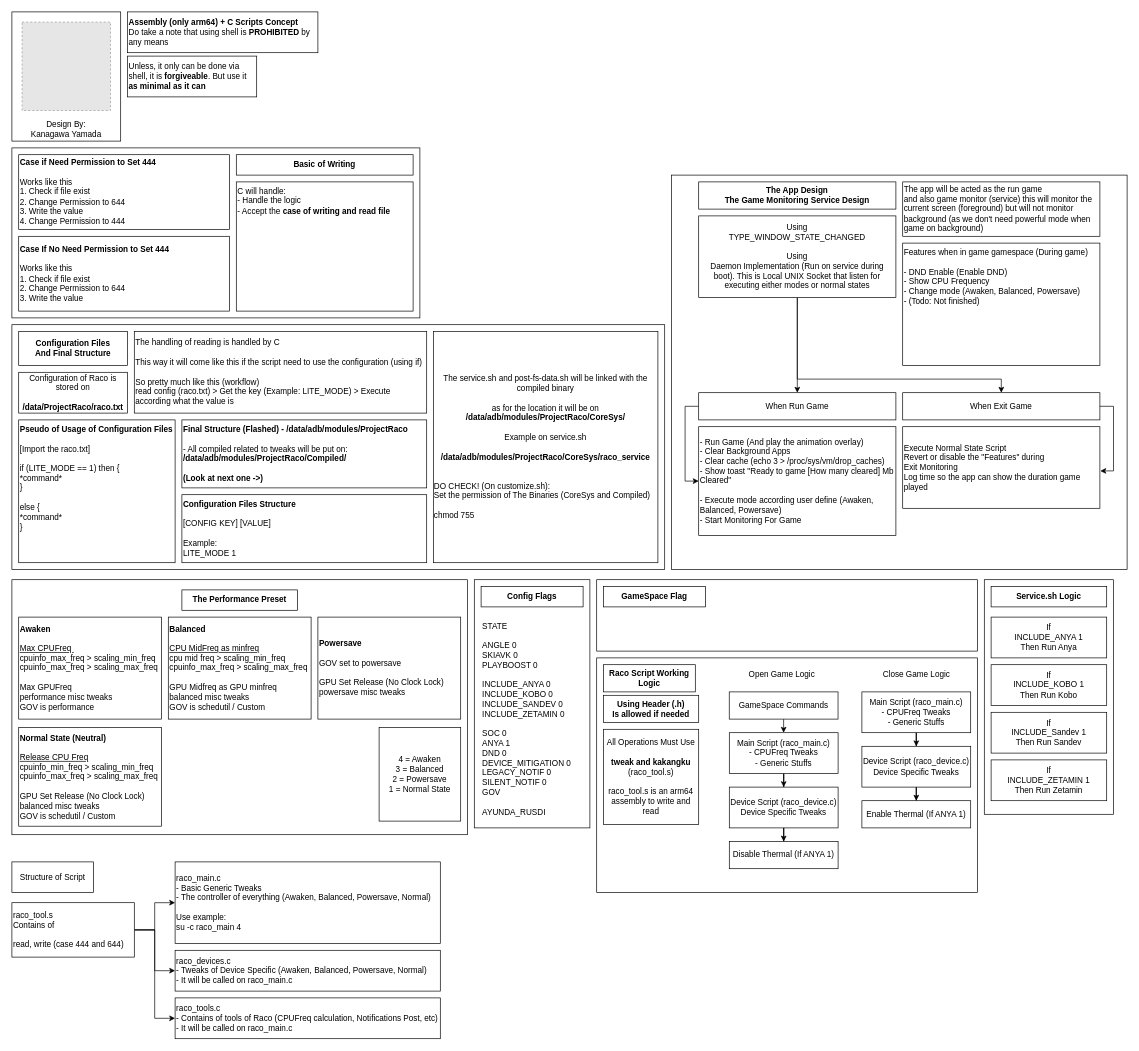
Earlier version of the draw.io diagram Designs/Structure of Project Raco.drawio (LoggingNewMemory/Project-Raco). Source tidied: cells renumbered, new cells numbered last; positions are measured from the earlier drawing's top-left corner, leaving out a move shared by most shapes. Both pictures are drawn from the tidied source at 68%, with x=0, y=0 at pixel (12, 12). Pictures stored in the file or linked from it are replaced by grey dashed boxes.
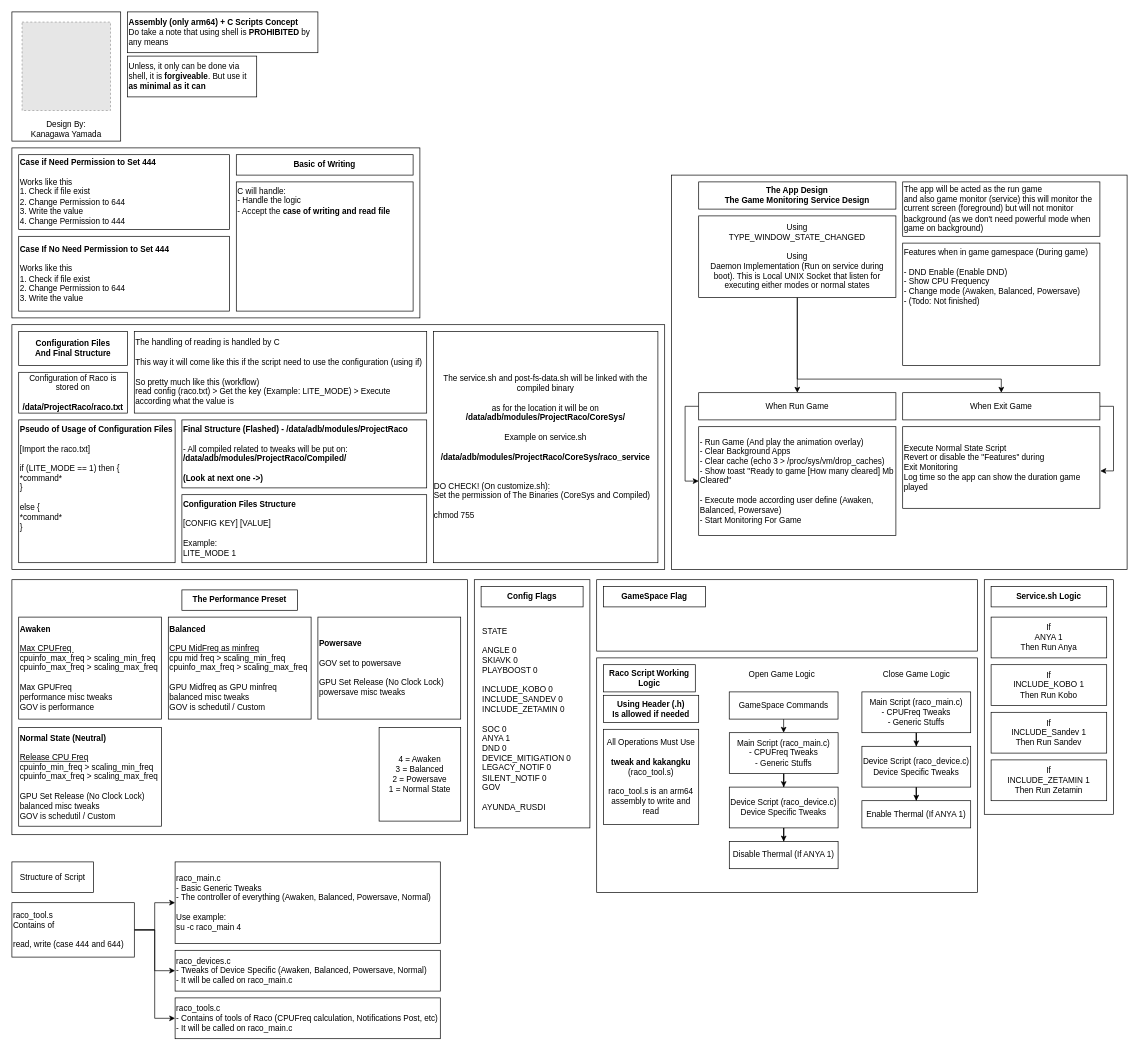
The same diagram, later.

Commit message (it also covers changes not shown here):
Remove INCLUDE_ANYA, flowstate now only need ANYA 1

Change to the diagram source:
```diff
@@
-    <mxCell id="41" value="&lt;div&gt;STATE&amp;nbsp;&lt;/div&gt;&lt;div&gt;&lt;br&gt;&lt;/div&gt;&lt;div&gt;ANGLE 0&lt;/div&gt;&lt;div&gt;SKIAVK 0&lt;/div&gt;&lt;div&gt;PLAYBOOST 0&lt;/div&gt;&lt;div&gt;&lt;br&gt;&lt;/div&gt;&lt;div&gt;INCLUDE_ANYA 0&lt;/div&gt;&lt;div&gt;INCLUDE_KOBO 0&lt;/div&gt;&lt;div&gt;INCLUDE_SANDEV 0&lt;/div&gt;&lt;div&gt;INCLUDE_ZETAMIN 0&lt;/div&gt;&lt;div&gt;&lt;br&gt;&lt;/div&gt;&lt;div&gt;SOC 0&lt;/div&gt;&lt;div&gt;ANYA 1&lt;/div&gt;&lt;div&gt;DND 0&lt;/div&gt;&lt;div&gt;DEVICE_MITIGATION 0&lt;/div&gt;&lt;div&gt;LEGACY_NOTIF 0&lt;/div&gt;&lt;div&gt;SILENT_NOTIF 0&lt;/div&gt;&lt;div&gt;GOV&lt;/div&gt;&lt;div&gt;&lt;br&gt;&lt;/div&gt;&lt;div&gt;AYUNDA_RUSDI&lt;/div&gt;" style="text;html=1;whiteSpace=wrap;strokeColor=none;fillColor=none;align=left;verticalAlign=middle;rounded=0;" parent="1" vertex="1">
+    <mxCell id="41" value="&lt;div&gt;STATE&amp;nbsp;&lt;/div&gt;&lt;div&gt;&lt;br&gt;&lt;/div&gt;&lt;div&gt;ANGLE 0&lt;/div&gt;&lt;div&gt;SKIAVK 0&lt;/div&gt;&lt;div&gt;PLAYBOOST 0&lt;/div&gt;&lt;div&gt;&lt;br&gt;&lt;/div&gt;&lt;div&gt;INCLUDE_KOBO 0&lt;/div&gt;&lt;div&gt;INCLUDE_SANDEV 0&lt;/div&gt;&lt;div&gt;INCLUDE_ZETAMIN 0&lt;/div&gt;&lt;div&gt;&lt;br&gt;&lt;/div&gt;&lt;div&gt;SOC 0&lt;/div&gt;&lt;div&gt;ANYA 1&lt;/div&gt;&lt;div&gt;DND 0&lt;/div&gt;&lt;div&gt;DEVICE_MITIGATION 0&lt;/div&gt;&lt;div&gt;LEGACY_NOTIF 0&lt;/div&gt;&lt;div&gt;SILENT_NOTIF 0&lt;/div&gt;&lt;div&gt;GOV&lt;/div&gt;&lt;div&gt;&lt;br&gt;&lt;/div&gt;&lt;div&gt;AYUNDA_RUSDI&lt;/div&gt;" style="text;html=1;whiteSpace=wrap;strokeColor=none;fillColor=none;align=left;verticalAlign=middle;rounded=0;" parent="1" vertex="1">
       <mxGeometry x="690" y="890" width="150" height="300" as="geometry" />
     </mxCell>
@@
-    <mxCell id="62" value="&lt;div style=&quot;&quot;&gt;If&lt;/div&gt;&lt;div style=&quot;&quot;&gt;&lt;div&gt;INCLUDE_ANYA 1&lt;/div&gt;&lt;div&gt;Then Run Anya&lt;/div&gt;&lt;/div&gt;" style="rounded=0;whiteSpace=wrap;html=1;align=center;" parent="1" vertex="1">
+    <mxCell id="62" value="&lt;div style=&quot;&quot;&gt;If&lt;/div&gt;&lt;div style=&quot;&quot;&gt;&lt;div&gt;ANYA 1&lt;/div&gt;&lt;div&gt;Then Run Anya&lt;/div&gt;&lt;/div&gt;" style="rounded=0;whiteSpace=wrap;html=1;align=center;" parent="1" vertex="1">
       <mxGeometry x="1440" y="890" width="170" height="60" as="geometry" />
     </mxCell>
```
